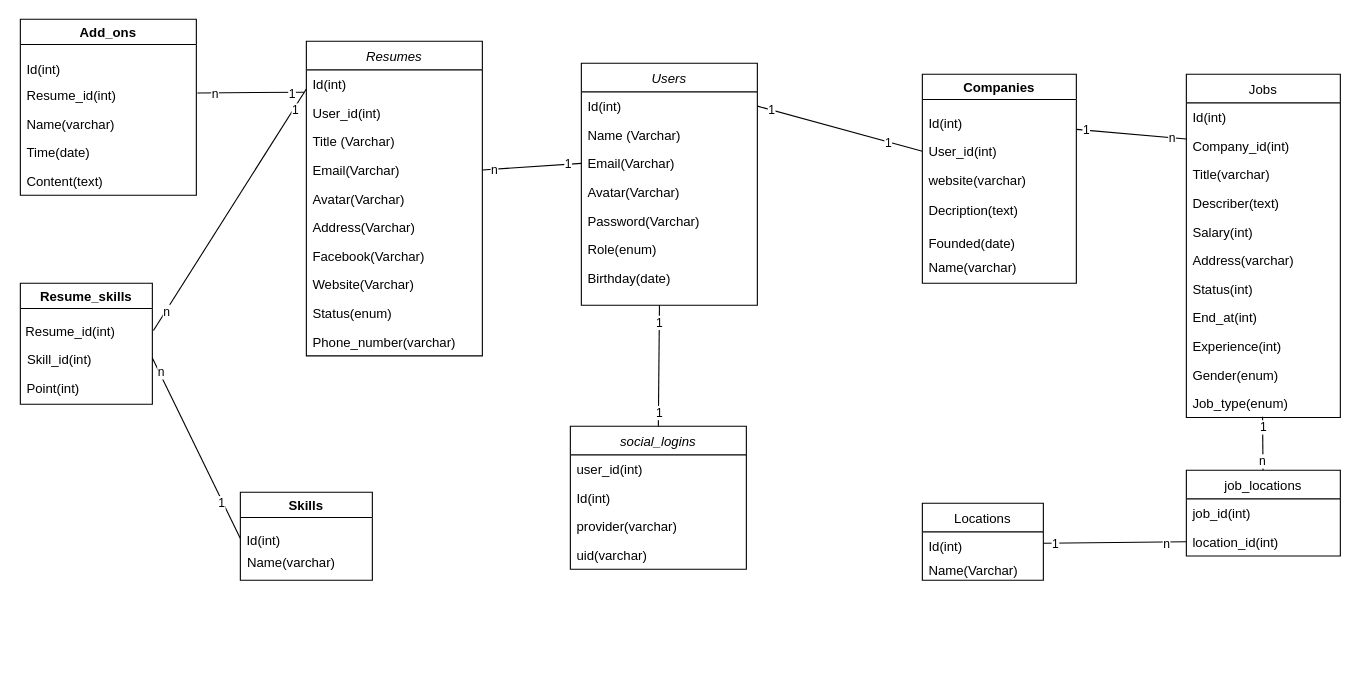
Before: find-job-database.drawio in LVQA1998/libraby, a draw.io diagram. Source tidied: cells renumbered, new cells numbered last; positions are measured from the earlier drawing's top-left corner, leaving out a move shared by most shapes. Both pictures are drawn from the tidied source at 110%, with x=0, y=0 at pixel (19, 19).
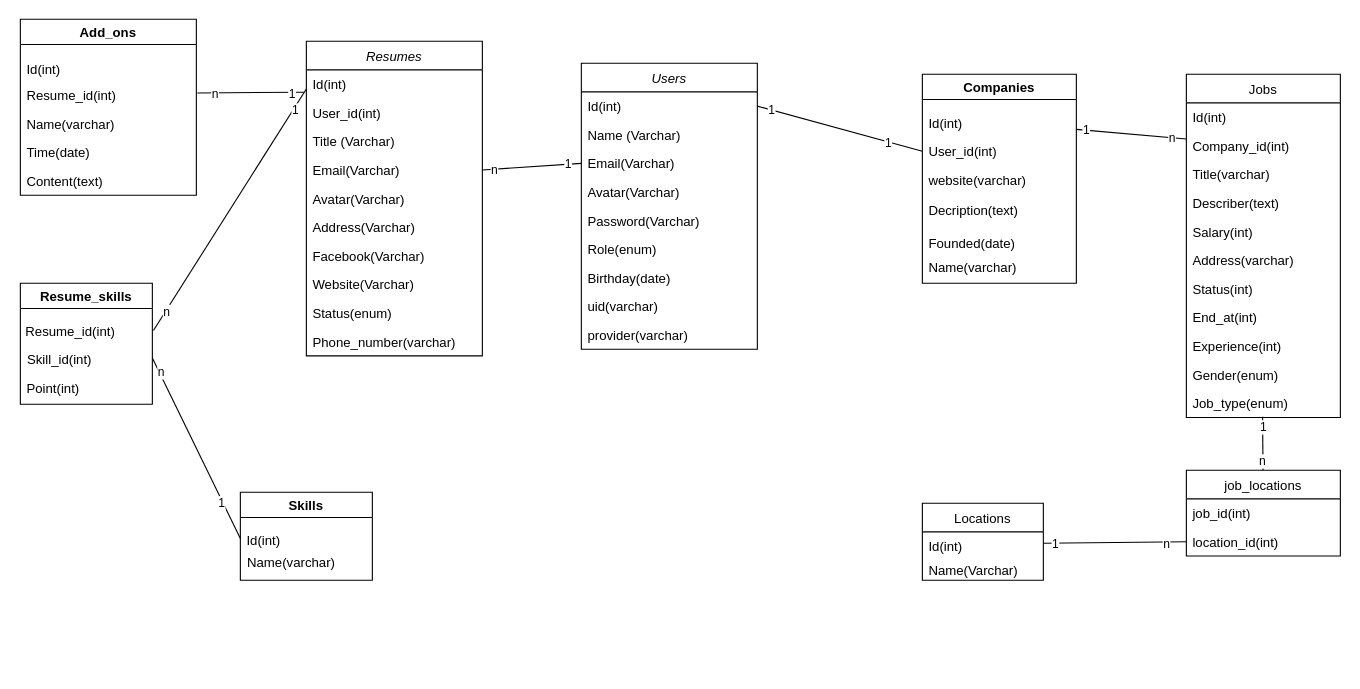
Above is the later version.

The edit, as a diff of the source:
```diff
@@
     <mxCell id="2" value="Users" style="swimlane;fontStyle=2;align=center;verticalAlign=top;horizontal=1;startSize=26;rounded=0;shadow=0;strokeWidth=1;" parent="1" vertex="1">
-      <mxGeometry x="511" y="40" width="160" height="220" as="geometry" />
+      <mxGeometry x="511" y="40" width="160" height="260" as="geometry" />
     </mxCell>
@@
-    <mxCell id="10" value="social_logins" style="swimlane;fontStyle=2;align=center;verticalAlign=top;horizontal=1;startSize=26;rounded=0;shadow=0;strokeWidth=1;" parent="1" vertex="1">
-      <mxGeometry x="501" y="370" width="160" height="130" as="geometry" />
-    </mxCell>
-    <mxCell id="11" value="user_id(int)" style="text;align=left;verticalAlign=top;spacingLeft=4;spacingRight=4;overflow=hidden;rounded=0;shadow=0;html=0;" parent="10" vertex="1">
-      <mxGeometry y="26" width="160" height="26" as="geometry" />
-    </mxCell>
-    <mxCell id="12" value="Id(int)" style="text;align=left;verticalAlign=top;spacingLeft=4;spacingRight=4;overflow=hidden;" parent="10" vertex="1">
-      <mxGeometry y="52" width="160" height="26" as="geometry" />
-    </mxCell>
+    <mxCell id="14" value="uid(varchar)" style="text;align=left;verticalAlign=top;spacingLeft=4;spacingRight=4;overflow=hidden;rounded=0;shadow=0;html=0;" parent="2" vertex="1">
+      <mxGeometry y="208" width="160" height="26" as="geometry" />
+    </mxCell>
-    <mxCell id="13" value="provider(varchar)" style="text;align=left;verticalAlign=top;spacingLeft=4;spacingRight=4;overflow=hidden;" parent="10" vertex="1">
-      <mxGeometry y="78" width="160" height="26" as="geometry" />
+    <mxCell id="13" value="provider(varchar)" style="text;align=left;verticalAlign=top;spacingLeft=4;spacingRight=4;overflow=hidden;" parent="2" vertex="1">
+      <mxGeometry y="234" width="160" height="26" as="geometry" />
     </mxCell>
-    <mxCell id="14" value="uid(varchar)" style="text;align=left;verticalAlign=top;spacingLeft=4;spacingRight=4;overflow=hidden;rounded=0;shadow=0;html=0;" parent="10" vertex="1">
-      <mxGeometry y="104" width="160" height="26" as="geometry" />
-    </mxCell>
-    <mxCell id="15" style="rounded=0;jettySize=auto;html=1;endArrow=none;endFill=0;exitX=0.5;exitY=0;exitDx=0;exitDy=0;" parent="1" edge="1" source="10">
-      <mxGeometry relative="1" as="geometry">
-        <mxPoint x="582" y="260" as="targetPoint" />
-      </mxGeometry>
-    </mxCell>
-    <mxCell id="16" value="1" style="edgeLabel;html=1;align=center;verticalAlign=middle;" parent="15" vertex="1">
-      <mxGeometry x="-0.76" relative="1" as="geometry" />
-    </mxCell>
-    <mxCell id="17" value="1" style="edgeLabel;html=1;align=center;verticalAlign=middle;" parent="15" vertex="1">
-      <mxGeometry x="0.73" relative="1" as="geometry" />
-    </mxCell>
```
